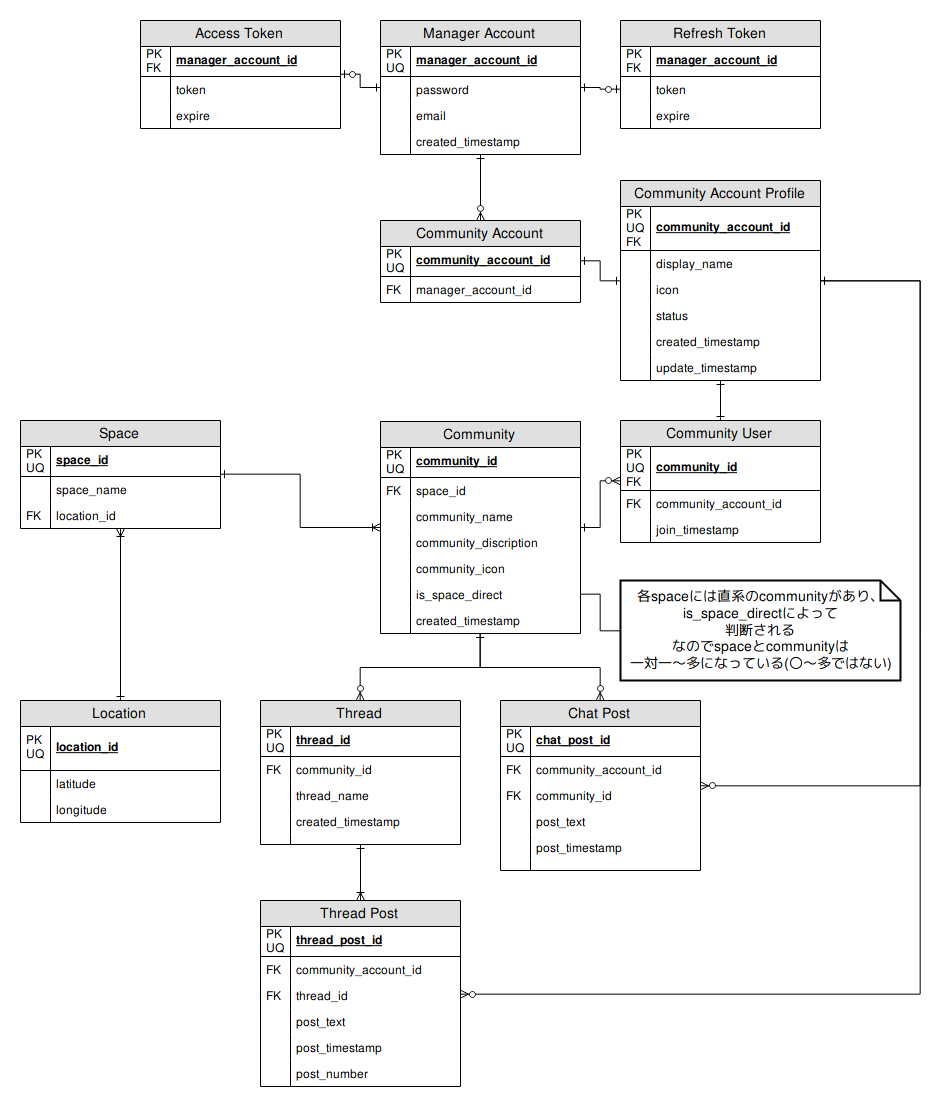
Before: docs/commupace_db.png, a diagram exported from draw.io (Marco3jp/commupace). Source tidied: cells renumbered, new cells last; positions are measured from the earlier drawing's top-left corner, leaving out a move shared by most shapes.
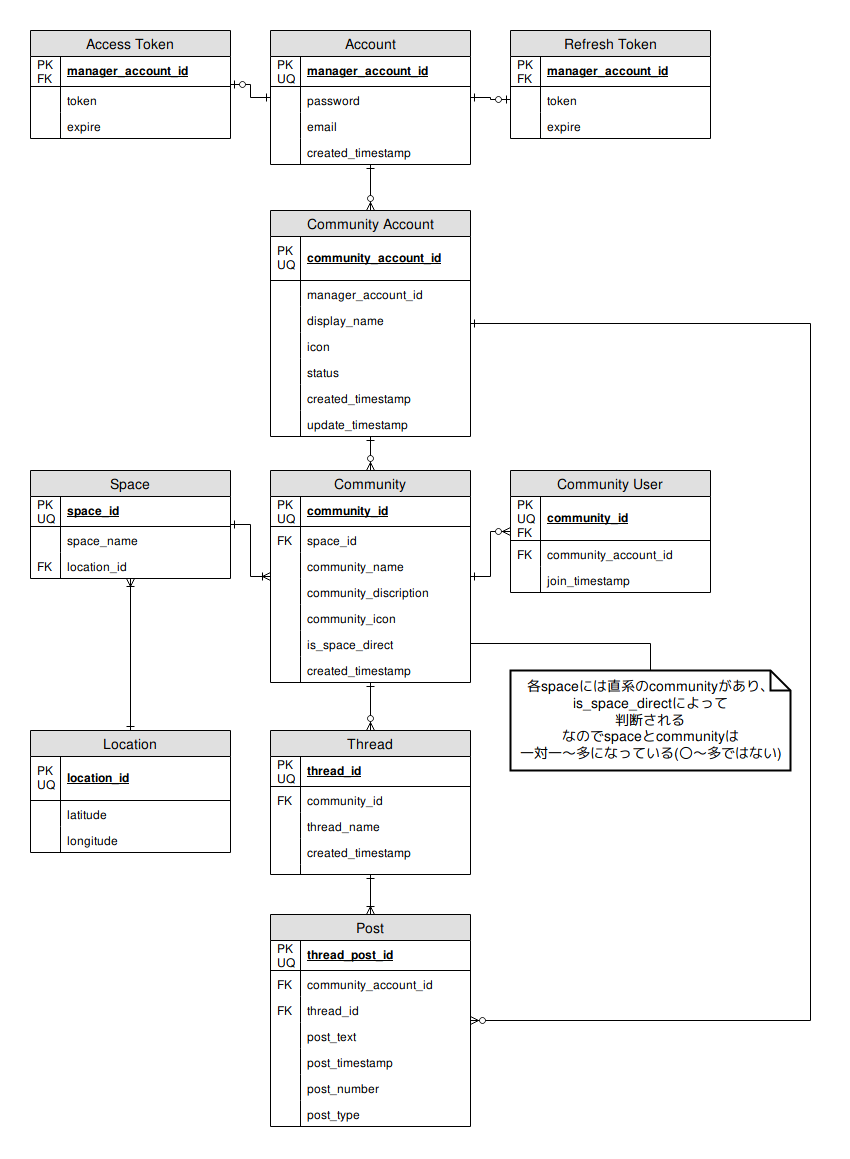
The same diagram one commit later.

Commit message:
共通化出来る部分を共通化し、一部命名を修正

Change to the diagram source:
```diff
@@ -10,4 +10,11 @@
     </mxCell>
+    <mxCell id="131" style="edgeStyle=orthogonalEdgeStyle;rounded=0;jettySize=auto;html=1;startArrow=ERone;startFill=0;endArrow=ERzeroToMany;endFill=1;" parent="1" edge="1" source="4" target="29">
+      <mxGeometry relative="1" as="geometry">
+        <Array as="points">
+          <mxPoint x="570" y="273" />
+        </Array>
+      </mxGeometry>
+    </mxCell>
-    <mxCell id="4" value="Manager Account" style="swimlane;fontStyle=0;horizontal=1;startSize=26;fillColor=#e0e0e0;swimlaneFillColor=#ffffff;align=center;fontSize=14;" parent="1" vertex="1">
-      <mxGeometry x="360" width="200" height="134" as="geometry" />
+    <mxCell id="4" value="Account" style="swimlane;fontStyle=0;horizontal=1;startSize=26;fillColor=#e0e0e0;swimlaneFillColor=#ffffff;align=center;fontSize=14;" parent="1" vertex="1">
+      <mxGeometry x="480" width="200" height="134" as="geometry" />
     </mxCell>
@@ -38,3 +45,3 @@
     <mxCell id="13" value="Access Token" style="swimlane;fontStyle=0;horizontal=1;startSize=26;fillColor=#e0e0e0;swimlaneFillColor=#ffffff;align=center;fontSize=14;" parent="1" vertex="1">
-      <mxGeometry x="120" width="200" height="108" as="geometry" />
+      <mxGeometry x="240" width="200" height="108" as="geometry" />
     </mxCell>
@@ -59,3 +66,3 @@
     <mxCell id="20" value="Refresh Token" style="swimlane;fontStyle=0;horizontal=1;startSize=26;fillColor=#e0e0e0;swimlaneFillColor=#ffffff;align=center;fontSize=14;" parent="1" vertex="1">
-      <mxGeometry x="600" width="200" height="108" as="geometry" />
+      <mxGeometry x="720" width="200" height="108" as="geometry" />
     </mxCell>
@@ -79,20 +86,7 @@
     </mxCell>
-    <mxCell id="27" style="edgeStyle=orthogonalEdgeStyle;rounded=0;jettySize=auto;html=1;startArrow=ERone;startFill=0;endArrow=ERzeroToMany;endFill=1;" parent="1" edge="1" source="29" target="116">
-      <mxGeometry relative="1" as="geometry">
-        <Array as="points">
-          <mxPoint x="900" y="260" />
-          <mxPoint x="900" y="973" />
-        </Array>
-      </mxGeometry>
-    </mxCell>
-    <mxCell id="28" style="edgeStyle=orthogonalEdgeStyle;rounded=0;jettySize=auto;html=1;startArrow=ERone;startFill=0;endArrow=ERzeroToMany;endFill=1;" parent="1" edge="1" source="29" target="90">
-      <mxGeometry relative="1" as="geometry">
-        <Array as="points">
-          <mxPoint x="900" y="260" />
-          <mxPoint x="900" y="766" />
-        </Array>
-      </mxGeometry>
-    </mxCell>
+    <mxCell id="132" style="edgeStyle=orthogonalEdgeStyle;rounded=0;jettySize=auto;html=1;startArrow=ERone;startFill=0;endArrow=ERzeroToMany;endFill=1;" parent="1" edge="1" source="29" target="60">
+      <mxGeometry relative="1" as="geometry" />
+    </mxCell>
-    <mxCell id="29" value="Community Account Profile" style="swimlane;fontStyle=0;horizontal=1;startSize=26;fillColor=#e0e0e0;swimlaneFillColor=#ffffff;align=center;fontSize=14;" parent="1" vertex="1">
-      <mxGeometry x="600" y="160" width="200" height="200" as="geometry" />
+    <mxCell id="29" value="Community Account" style="swimlane;fontStyle=0;horizontal=1;startSize=26;fillColor=#e0e0e0;swimlaneFillColor=#ffffff;align=center;fontSize=14;" parent="1" vertex="1">
+      <mxGeometry x="480" y="180" width="200" height="226" as="geometry" />
     </mxCell>
@@ -101,7 +95,13 @@
     </mxCell>
-    <mxCell id="31" value="PK&#10;UQ&#10;FK&#10;" style="shape=partialRectangle;top=0;left=0;bottom=0;fillColor=none;align=left;verticalAlign=middle;spacingLeft=4;spacingRight=4;overflow=hidden;fontSize=12;" parent="30" vertex="1">
+    <mxCell id="31" value="PK&#10;UQ" style="shape=partialRectangle;top=0;left=0;bottom=0;fillColor=none;align=left;verticalAlign=middle;spacingLeft=4;spacingRight=4;overflow=hidden;fontSize=12;" parent="30" vertex="1">
       <mxGeometry width="30" height="44" as="geometry" />
     </mxCell>
+    <mxCell id="47" value="manager_account_id" style="shape=partialRectangle;top=0;left=0;right=0;bottom=0;align=left;verticalAlign=top;fillColor=none;spacingLeft=34;spacingRight=4;overflow=hidden;fontSize=12;" parent="29" vertex="1">
+      <mxGeometry y="70" width="200" height="26" as="geometry" />
+    </mxCell>
+    <mxCell id="133" style="shape=partialRectangle;top=0;left=0;bottom=0;fillColor=none;align=left;verticalAlign=top;spacingLeft=4;spacingRight=4;overflow=hidden;fontSize=12;" parent="47" vertex="1">
+      <mxGeometry width="30" height="26" as="geometry" />
+    </mxCell>
     <mxCell id="32" value="display_name" style="shape=partialRectangle;top=0;left=0;right=0;bottom=0;align=left;verticalAlign=top;fillColor=none;spacingLeft=34;spacingRight=4;overflow=hidden;fontSize=12;" parent="29" vertex="1">
-      <mxGeometry y="70" width="200" height="26" as="geometry" />
+      <mxGeometry y="96" width="200" height="26" as="geometry" />
     </mxCell>
@@ -111,3 +111,3 @@
     <mxCell id="34" value="icon" style="shape=partialRectangle;top=0;left=0;right=0;bottom=0;align=left;verticalAlign=top;fillColor=none;spacingLeft=34;spacingRight=4;overflow=hidden;fontSize=12;" parent="29" vertex="1">
-      <mxGeometry y="96" width="200" height="26" as="geometry" />
+      <mxGeometry y="122" width="200" height="26" as="geometry" />
     </mxCell>
@@ -117,3 +117,3 @@
     <mxCell id="36" value="status" style="shape=partialRectangle;top=0;left=0;right=0;bottom=0;align=left;verticalAlign=top;fillColor=none;spacingLeft=34;spacingRight=4;overflow=hidden;fontSize=12;" parent="29" vertex="1">
-      <mxGeometry y="122" width="200" height="26" as="geometry" />
+      <mxGeometry y="148" width="200" height="26" as="geometry" />
     </mxCell>
@@ -123,3 +123,3 @@
     <mxCell id="38" value="created_timestamp" style="shape=partialRectangle;top=0;left=0;right=0;bottom=0;align=left;verticalAlign=top;fillColor=none;spacingLeft=34;spacingRight=4;overflow=hidden;fontSize=12;" parent="29" vertex="1">
-      <mxGeometry y="148" width="200" height="26" as="geometry" />
+      <mxGeometry y="174" width="200" height="26" as="geometry" />
     </mxCell>
@@ -129,3 +129,3 @@
     <mxCell id="40" value="update_timestamp" style="shape=partialRectangle;top=0;left=0;right=0;bottom=0;align=left;verticalAlign=top;fillColor=none;spacingLeft=34;spacingRight=4;overflow=hidden;fontSize=12;" parent="29" vertex="1">
-      <mxGeometry y="174" width="200" height="26" as="geometry" />
+      <mxGeometry y="200" width="200" height="26" as="geometry" />
     </mxCell>
@@ -134,23 +134,2 @@
     </mxCell>
-    <mxCell id="42" style="edgeStyle=orthogonalEdgeStyle;rounded=0;jettySize=auto;html=1;startArrow=ERzeroToMany;startFill=1;endArrow=ERone;endFill=0;" parent="1" edge="1" source="44" target="4">
-      <mxGeometry relative="1" as="geometry" />
-    </mxCell>
-    <mxCell id="43" style="edgeStyle=orthogonalEdgeStyle;rounded=0;jettySize=auto;html=1;startArrow=ERone;startFill=0;endArrow=ERone;endFill=0;" parent="1" edge="1" source="44" target="29">
-      <mxGeometry relative="1" as="geometry" />
-    </mxCell>
-    <mxCell id="44" value="Community Account" style="swimlane;fontStyle=0;horizontal=1;startSize=26;fillColor=#e0e0e0;swimlaneFillColor=#ffffff;align=center;fontSize=14;" parent="1" vertex="1">
-      <mxGeometry x="360" y="200" width="200" height="82" as="geometry" />
-    </mxCell>
-    <mxCell id="45" value="community_account_id" style="shape=partialRectangle;top=0;left=0;right=0;bottom=1;align=left;verticalAlign=middle;fillColor=none;spacingLeft=34;spacingRight=4;overflow=hidden;fontStyle=5;fontSize=12;" parent="44" vertex="1">
-      <mxGeometry y="26" width="200" height="30" as="geometry" />
-    </mxCell>
-    <mxCell id="46" value="PK&#10;UQ" style="shape=partialRectangle;top=0;left=0;bottom=0;fillColor=none;align=left;verticalAlign=middle;spacingLeft=4;spacingRight=4;overflow=hidden;fontSize=12;" parent="45" vertex="1">
-      <mxGeometry width="30" height="30" as="geometry" />
-    </mxCell>
-    <mxCell id="47" value="manager_account_id" style="shape=partialRectangle;top=0;left=0;right=0;bottom=0;align=left;verticalAlign=top;fillColor=none;spacingLeft=34;spacingRight=4;overflow=hidden;fontSize=12;" parent="44" vertex="1">
-      <mxGeometry y="56" width="200" height="26" as="geometry" />
-    </mxCell>
-    <mxCell id="48" value="FK" style="shape=partialRectangle;top=0;left=0;bottom=0;fillColor=none;align=left;verticalAlign=top;spacingLeft=4;spacingRight=4;overflow=hidden;fontSize=12;" parent="47" vertex="1">
-      <mxGeometry width="30" height="26" as="geometry" />
-    </mxCell>
     <mxCell id="49" style="edgeStyle=orthogonalEdgeStyle;rounded=0;jettySize=auto;html=1;startArrow=ERone;startFill=0;endArrow=ERoneToMany;endFill=0;" parent="1" edge="1" source="51" target="60">
@@ -162,3 +141,3 @@
     <mxCell id="51" value="Space" style="swimlane;fontStyle=0;horizontal=1;startSize=26;fillColor=#e0e0e0;swimlaneFillColor=#ffffff;align=center;fontSize=14;" parent="1" vertex="1">
-      <mxGeometry y="400" width="200" height="108" as="geometry" />
+      <mxGeometry x="240" y="440" width="200" height="108" as="geometry" />
     </mxCell>
@@ -185,7 +164,4 @@
     </mxCell>
-    <mxCell id="59" style="edgeStyle=orthogonalEdgeStyle;rounded=0;jettySize=auto;html=1;startArrow=ERone;startFill=0;endArrow=ERzeroToMany;endFill=1;" parent="1" edge="1" source="60" target="90">
-      <mxGeometry relative="1" as="geometry" />
-    </mxCell>
     <mxCell id="60" value="Community" style="swimlane;fontStyle=0;horizontal=1;startSize=26;fillColor=#e0e0e0;swimlaneFillColor=#ffffff;align=center;fontSize=14;" parent="1" vertex="1">
-      <mxGeometry x="360" y="401" width="200" height="212" as="geometry" />
+      <mxGeometry x="480" y="440" width="200" height="212" as="geometry" />
     </mxCell>
@@ -233,7 +209,4 @@
     </mxCell>
-    <mxCell id="75" style="edgeStyle=orthogonalEdgeStyle;rounded=0;jettySize=auto;html=1;startArrow=ERone;startFill=0;endArrow=ERone;endFill=0;" parent="1" edge="1" source="76" target="29">
-      <mxGeometry relative="1" as="geometry" />
-    </mxCell>
     <mxCell id="76" value="Community User" style="swimlane;fontStyle=0;horizontal=1;startSize=26;fillColor=#e0e0e0;swimlaneFillColor=#ffffff;align=center;fontSize=14;" parent="1" vertex="1">
-      <mxGeometry x="600" y="400" width="200" height="122" as="geometry" />
+      <mxGeometry x="720" y="440" width="200" height="122" as="geometry" />
     </mxCell>
@@ -258,3 +231,3 @@
     <mxCell id="83" value="Location" style="swimlane;fontStyle=0;horizontal=1;startSize=26;fillColor=#e0e0e0;swimlaneFillColor=#ffffff;align=center;fontSize=14;" parent="1" vertex="1">
-      <mxGeometry y="680" width="200" height="122" as="geometry" />
+      <mxGeometry x="240" y="700" width="200" height="122" as="geometry" />
     </mxCell>
@@ -278,41 +251,2 @@
     </mxCell>
-    <mxCell id="90" value="Chat Post" style="swimlane;fontStyle=0;horizontal=1;startSize=26;fillColor=#e0e0e0;swimlaneFillColor=#ffffff;align=center;fontSize=14;" parent="1" vertex="1">
-      <mxGeometry x="480" y="680" width="200" height="170" as="geometry" />
-    </mxCell>
-    <mxCell id="91" value="chat_post_id" style="shape=partialRectangle;top=0;left=0;right=0;bottom=1;align=left;verticalAlign=middle;fillColor=none;spacingLeft=34;spacingRight=4;overflow=hidden;fontStyle=5;fontSize=12;" parent="90" vertex="1">
-      <mxGeometry y="26" width="200" height="30" as="geometry" />
-    </mxCell>
-    <mxCell id="92" value="PK&#10;UQ&#10;" style="shape=partialRectangle;top=0;left=0;bottom=0;fillColor=none;align=left;verticalAlign=middle;spacingLeft=4;spacingRight=4;overflow=hidden;fontSize=12;" parent="91" vertex="1">
-      <mxGeometry width="30" height="30" as="geometry" />
-    </mxCell>
-    <mxCell id="93" value="community_account_id" style="shape=partialRectangle;top=0;left=0;right=0;bottom=0;align=left;verticalAlign=top;fillColor=none;spacingLeft=34;spacingRight=4;overflow=hidden;fontSize=12;" parent="90" vertex="1">
-      <mxGeometry y="56" width="200" height="26" as="geometry" />
-    </mxCell>
-    <mxCell id="94" value="FK" style="shape=partialRectangle;top=0;left=0;bottom=0;fillColor=none;align=left;verticalAlign=top;spacingLeft=4;spacingRight=4;overflow=hidden;fontSize=12;" parent="93" vertex="1">
-      <mxGeometry width="30" height="26" as="geometry" />
-    </mxCell>
-    <mxCell id="95" value="community_id" style="shape=partialRectangle;top=0;left=0;right=0;bottom=0;align=left;verticalAlign=top;fillColor=none;spacingLeft=34;spacingRight=4;overflow=hidden;fontSize=12;" parent="90" vertex="1">
-      <mxGeometry y="82" width="200" height="26" as="geometry" />
-    </mxCell>
-    <mxCell id="96" value="FK" style="shape=partialRectangle;top=0;left=0;bottom=0;fillColor=none;align=left;verticalAlign=top;spacingLeft=4;spacingRight=4;overflow=hidden;fontSize=12;" parent="95" vertex="1">
-      <mxGeometry width="30" height="26" as="geometry" />
-    </mxCell>
-    <mxCell id="97" value="post_text" style="shape=partialRectangle;top=0;left=0;right=0;bottom=0;align=left;verticalAlign=top;fillColor=none;spacingLeft=34;spacingRight=4;overflow=hidden;fontSize=12;" parent="90" vertex="1">
-      <mxGeometry y="108" width="200" height="26" as="geometry" />
-    </mxCell>
-    <mxCell id="98" style="shape=partialRectangle;top=0;left=0;bottom=0;fillColor=none;align=left;verticalAlign=top;spacingLeft=4;spacingRight=4;overflow=hidden;fontSize=12;" parent="97" vertex="1">
-      <mxGeometry width="30" height="26" as="geometry" />
-    </mxCell>
-    <mxCell id="99" value="post_timestamp" style="shape=partialRectangle;top=0;left=0;right=0;bottom=0;align=left;verticalAlign=top;fillColor=none;spacingLeft=34;spacingRight=4;overflow=hidden;fontSize=12;" parent="90" vertex="1">
-      <mxGeometry y="134" width="200" height="26" as="geometry" />
-    </mxCell>
-    <mxCell id="100" style="shape=partialRectangle;top=0;left=0;bottom=0;fillColor=none;align=left;verticalAlign=top;spacingLeft=4;spacingRight=4;overflow=hidden;fontSize=12;" parent="99" vertex="1">
-      <mxGeometry width="30" height="26" as="geometry" />
-    </mxCell>
-    <mxCell id="101" style="shape=partialRectangle;top=0;left=0;right=0;bottom=0;align=left;verticalAlign=top;fillColor=none;spacingLeft=34;spacingRight=4;overflow=hidden;fontSize=12;" parent="90" vertex="1">
-      <mxGeometry y="160" width="200" height="10" as="geometry" />
-    </mxCell>
-    <mxCell id="102" style="shape=partialRectangle;top=0;left=0;bottom=0;fillColor=none;align=left;verticalAlign=top;spacingLeft=4;spacingRight=4;overflow=hidden;fontSize=12;" parent="101" vertex="1">
-      <mxGeometry width="30" height="10" as="geometry" />
-    </mxCell>
     <mxCell id="103" style="edgeStyle=orthogonalEdgeStyle;rounded=0;jettySize=auto;html=1;startArrow=ERone;startFill=0;endArrow=ERoneToMany;endFill=0;" parent="1" edge="1" source="105" target="116">
@@ -324,3 +258,3 @@
     <mxCell id="105" value="Thread" style="swimlane;fontStyle=0;horizontal=1;startSize=26;fillColor=#e0e0e0;swimlaneFillColor=#ffffff;align=center;fontSize=14;" parent="1" vertex="1">
-      <mxGeometry x="240" y="680" width="200" height="144" as="geometry" />
+      <mxGeometry x="480" y="700" width="200" height="144" as="geometry" />
     </mxCell>
@@ -356,4 +290,12 @@
     </mxCell>
+    <mxCell id="134" style="edgeStyle=orthogonalEdgeStyle;rounded=0;jettySize=auto;html=1;endArrow=ERone;endFill=0;startArrow=ERzeroToMany;startFill=1;" parent="1" edge="1" source="116" target="29">
+      <mxGeometry relative="1" as="geometry">
+        <Array as="points">
+          <mxPoint x="1020" y="990" />
+          <mxPoint x="1020" y="293" />
+        </Array>
+      </mxGeometry>
+    </mxCell>
-    <mxCell id="116" value="Thread Post" style="swimlane;fontStyle=0;horizontal=1;startSize=26;fillColor=#e0e0e0;swimlaneFillColor=#ffffff;align=center;fontSize=14;" parent="1" vertex="1">
-      <mxGeometry x="240" y="880" width="200" height="186" as="geometry" />
+    <mxCell id="116" value="Post" style="swimlane;fontStyle=0;horizontal=1;startSize=26;fillColor=#e0e0e0;swimlaneFillColor=#ffffff;align=center;fontSize=14;" parent="1" vertex="1">
+      <mxGeometry x="480" y="884" width="200" height="212" as="geometry" />
     </mxCell>
@@ -395,2 +337,8 @@
     </mxCell>
+    <mxCell id="135" value="post_type" style="shape=partialRectangle;top=0;left=0;right=0;bottom=0;align=left;verticalAlign=top;fillColor=none;spacingLeft=34;spacingRight=4;overflow=hidden;fontSize=12;" parent="116" vertex="1">
+      <mxGeometry y="186" width="200" height="26" as="geometry" />
+    </mxCell>
+    <mxCell id="136" style="shape=partialRectangle;top=0;left=0;bottom=0;fillColor=none;align=left;verticalAlign=top;spacingLeft=4;spacingRight=4;overflow=hidden;fontSize=12;" parent="135" vertex="1">
+      <mxGeometry width="30" height="26" as="geometry" />
+    </mxCell>
     <mxCell id="129" style="edgeStyle=orthogonalEdgeStyle;rounded=0;jettySize=auto;html=1;startArrow=none;startFill=0;endArrow=none;endFill=0;" parent="1" edge="1" source="130" target="71">
@@ -399,3 +347,3 @@
     <mxCell id="130" value="&lt;div&gt;各spaceには直系のcommunityがあり、&lt;/div&gt;&lt;div&gt;is_space_directによって&lt;/div&gt;&lt;div&gt;判断される&lt;br&gt;&lt;/div&gt;&lt;div&gt;なのでspaceとcommunityは&lt;/div&gt;&lt;div&gt;一対一〜多になっている(〇〜多ではない)&lt;/div&gt;" style="shape=note;strokeWidth=2;fontSize=14;size=20;whiteSpace=wrap;html=1;" parent="1" vertex="1">
-      <mxGeometry x="600" y="560" width="280" height="100" as="geometry" />
+      <mxGeometry x="720" y="640" width="280" height="100" as="geometry" />
     </mxCell>
```
